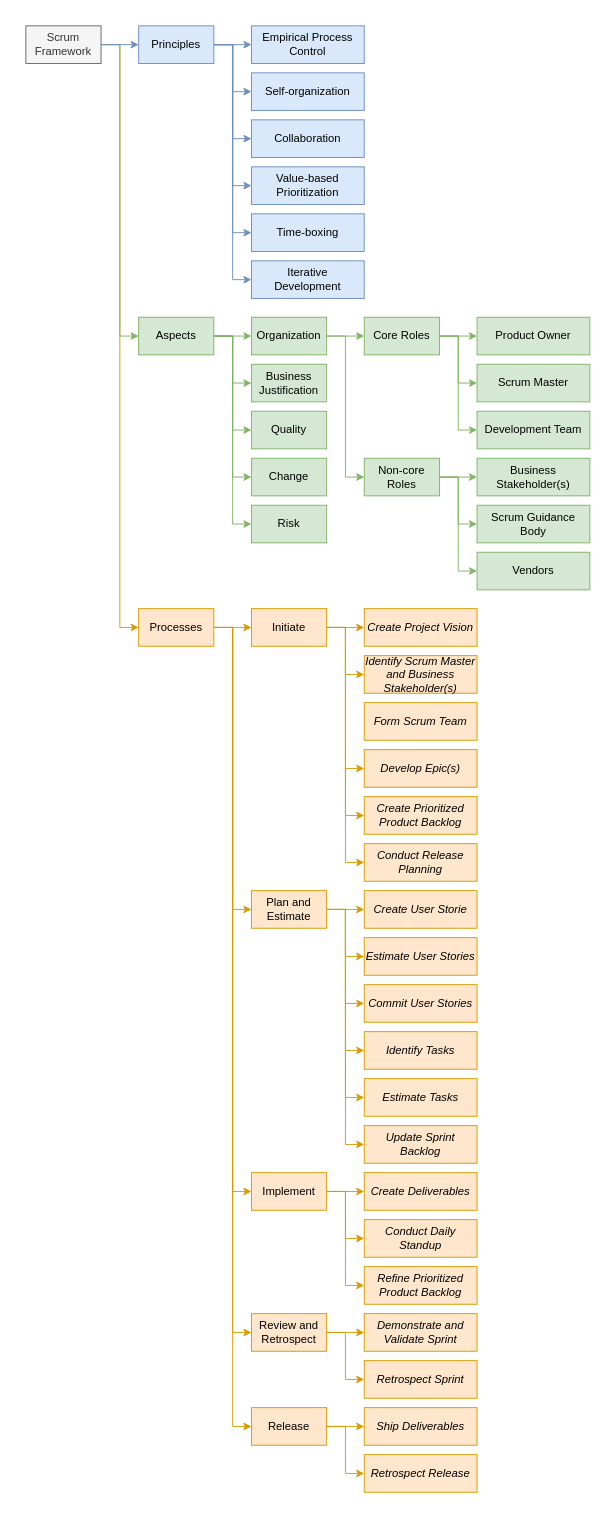
Earlier version of the draw.io diagram book/images/sbok-2.drawio (PM-League/PM-League.github.io). Source tidied: cells renumbered, new cells numbered last; positions are measured from the earlier drawing's top-left corner, leaving out a move shared by most shapes. Both pictures are drawn from the tidied source at 94%, with x=0, y=0 at pixel (16, 16).
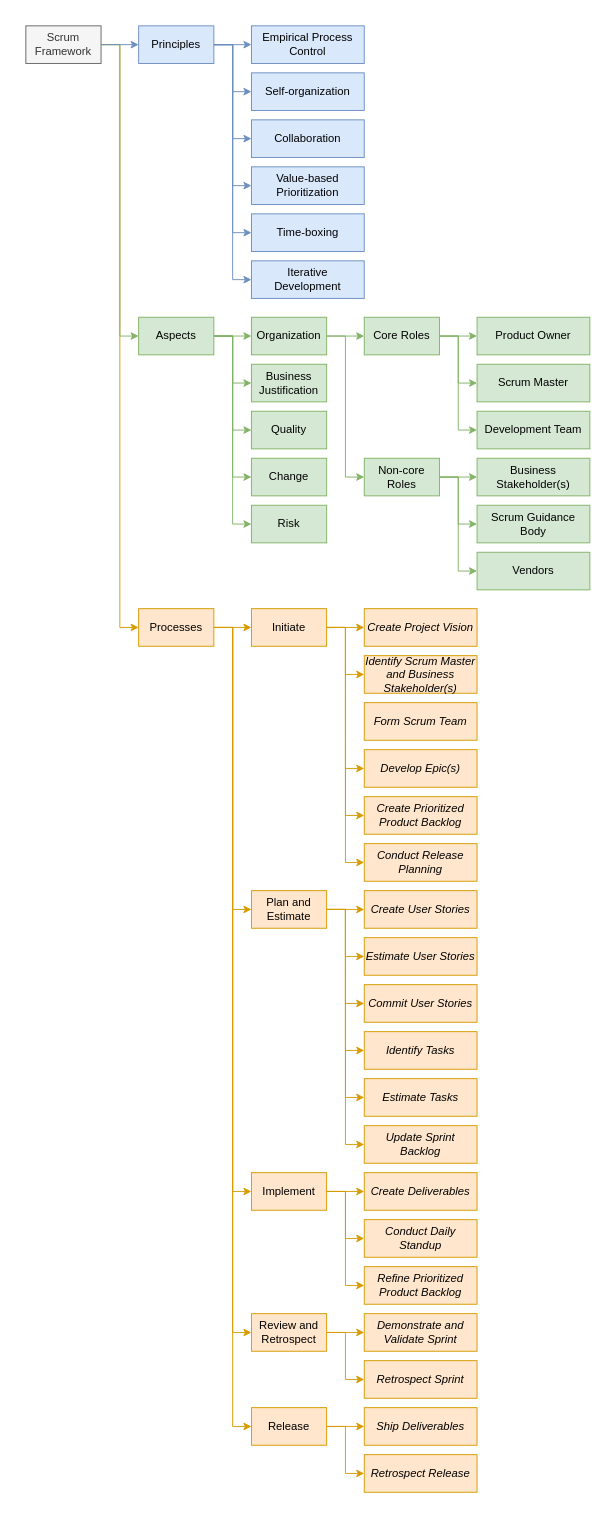
The same page after the edit.

What changed in the source:
```diff
@@
-    <mxCell id="2" style="rounded=0;whiteSpace=wrap;html=1;fontSize=10;strokeColor=none;" parent="1" vertex="1">
-      <mxGeometry width="620" height="1580" as="geometry" />
-    </mxCell>
@@
-    <mxCell id="82" value="Create User Storie" style="rounded=0;whiteSpace=wrap;html=1;fillColor=#ffe6cc;strokeColor=#d79b00;fontStyle=2;" parent="1" vertex="1">
+    <mxCell id="82" value="Create User Stories" style="rounded=0;whiteSpace=wrap;html=1;fillColor=#ffe6cc;strokeColor=#d79b00;fontStyle=2;" parent="1" vertex="1">
       <mxGeometry x="370" y="930" width="120" height="40" as="geometry" />
     </mxCell>
```
